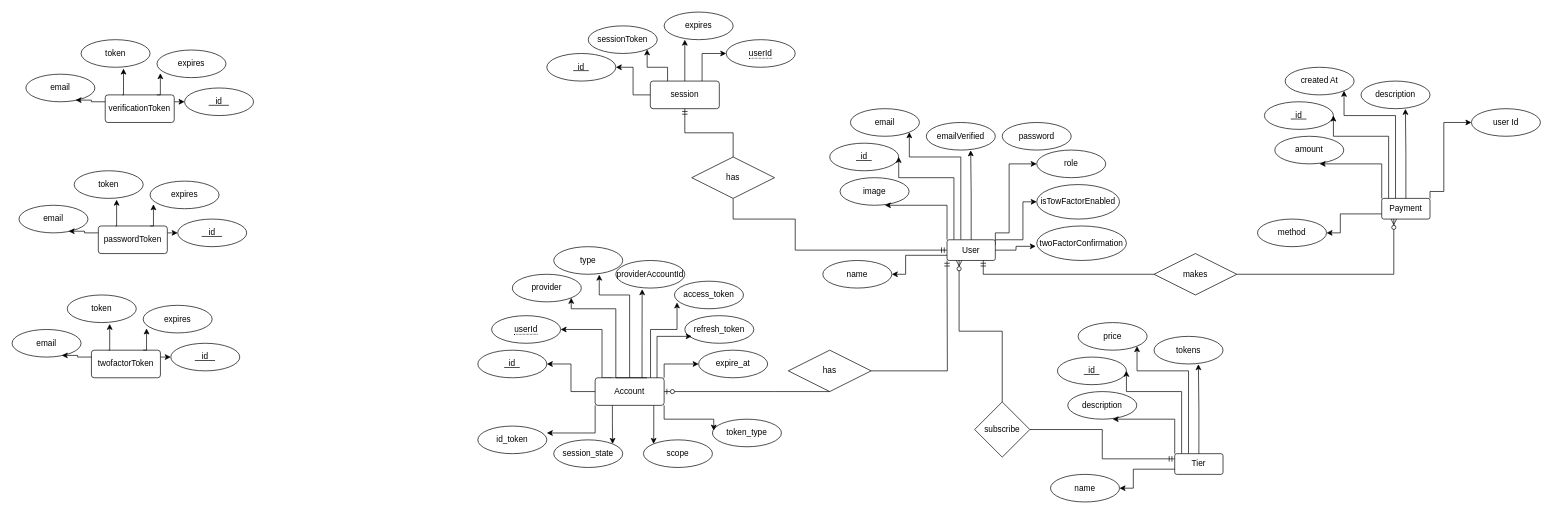
Above: ERD/Untitled Diagram.drawio in janaka4345/ai-pal (draw.io), before the change. Source tidied: cells renumbered, new cells numbered last; positions are measured from the earlier drawing's top-left corner, leaving out a move shared by most shapes. Both pictures are drawn from the tidied source at 69%, with x=0, y=0 at pixel (12, 12).
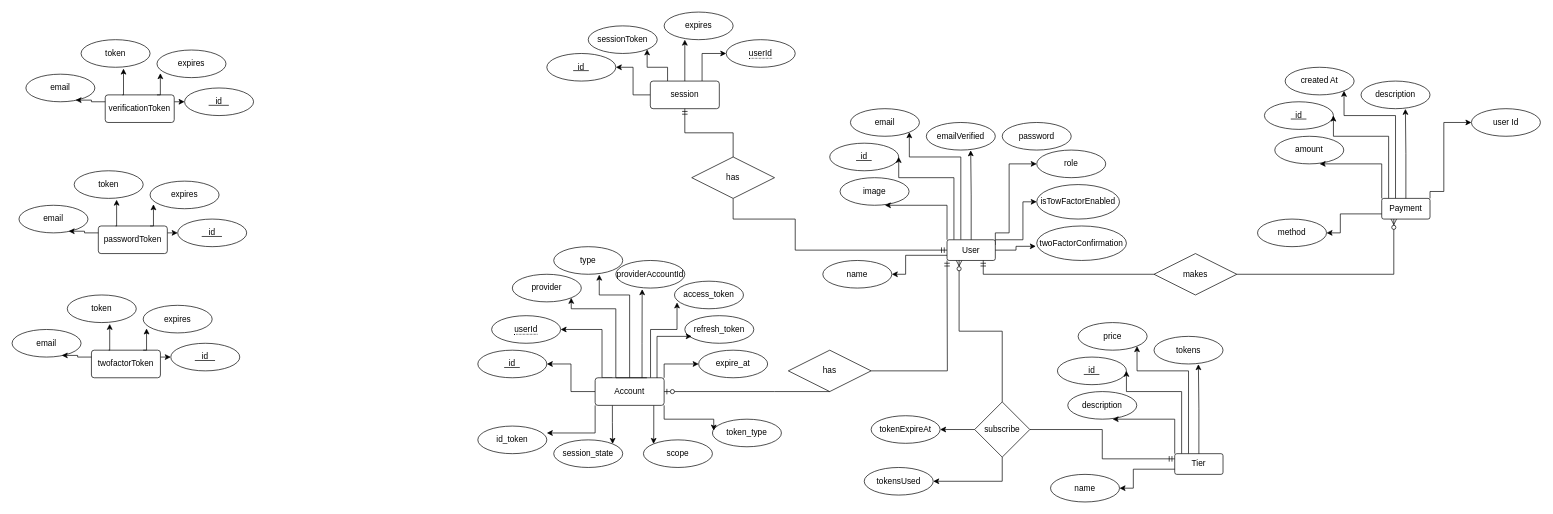
The same diagram, later.

Unchanged cells that the change refers to:
```xml
<mxCell id="111" value="subscribe" style="rhombus;whiteSpace=wrap;html=1;" parent="1" vertex="1">
  <mxGeometry x="1395" y="565" width="80" height="80" as="geometry" />
</mxCell>
```

Diff of the diagram source:
```diff
@@
+    <mxCell id="117" style="edgeStyle=orthogonalEdgeStyle;rounded=0;jettySize=auto;html=1;" parent="1" edge="1" source="111" target="120">
+      <mxGeometry relative="1" as="geometry" />
+    </mxCell>
+    <mxCell id="118" style="edgeStyle=orthogonalEdgeStyle;rounded=0;jettySize=auto;html=1;entryX=1;entryY=0.5;entryDx=0;entryDy=0;" parent="1" edge="1" source="111" target="119">
+      <mxGeometry relative="1" as="geometry">
+        <Array as="points">
+          <mxPoint x="1435" y="680" />
+        </Array>
+      </mxGeometry>
+    </mxCell>
@@
+    <mxCell id="119" value="tokensUsed" style="ellipse;whiteSpace=wrap;html=1;align=center;" parent="1" vertex="1">
+      <mxGeometry x="1235" y="660" width="100" height="40" as="geometry" />
+    </mxCell>
+    <mxCell id="120" value="tokenExpireAt" style="ellipse;whiteSpace=wrap;html=1;align=center;" parent="1" vertex="1">
+      <mxGeometry x="1245" y="585" width="100" height="40" as="geometry" />
+    </mxCell>
```
